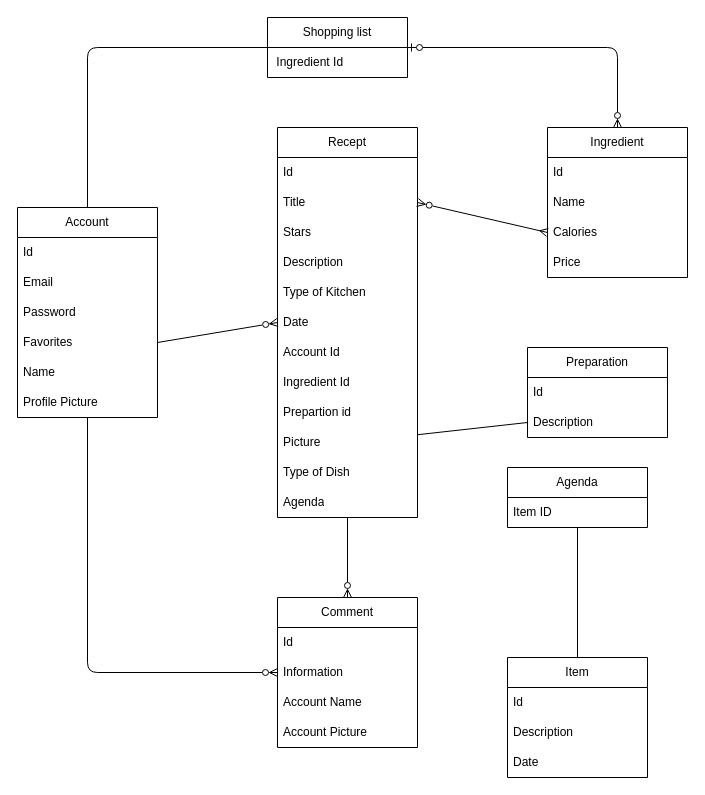
Above: documents/design/erd.drawio in Sudderen/educom-verrukkulluk-1747638986 (draw.io), before the change. Source tidied: cells renumbered, new cells numbered last; positions are measured from the earlier drawing's top-left corner, leaving out a move shared by most shapes. Both pictures are drawn from the tidied source at 100%, with x=0, y=0 at pixel (17, 17).
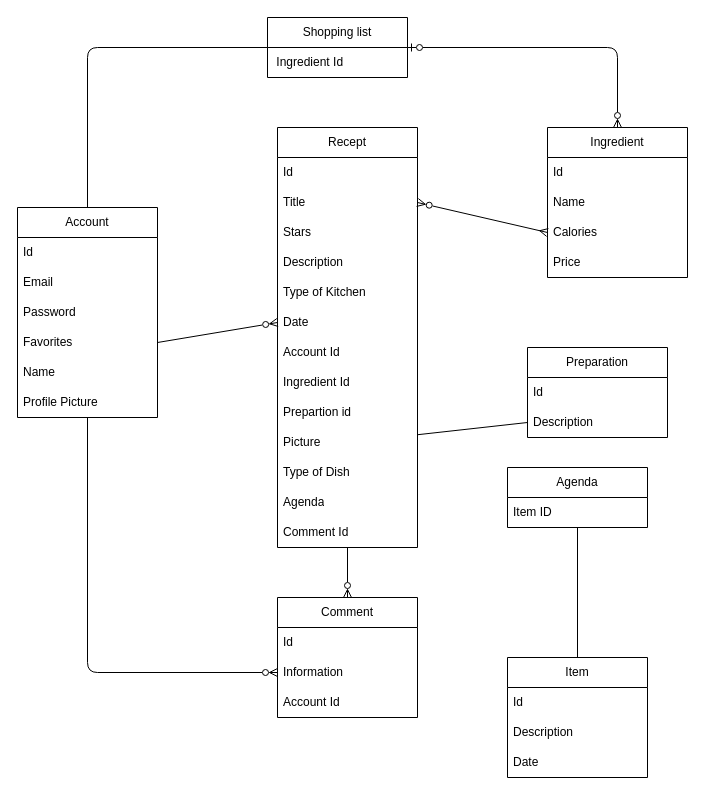
The same diagram, later.

The change refers to these unchanged cells:
```xml
<mxCell id="14" value="Agenda" style="text;strokeColor=none;fillColor=none;align=left;verticalAlign=middle;spacingLeft=4;spacingRight=4;overflow=hidden;points=[[0,0.5],[1,0.5]];portConstraint=eastwest;whiteSpace=wrap;html=1;" parent="2" vertex="1">
  <mxGeometry y="360" width="140" height="30" as="geometry" />
</mxCell>
```

Diff of the diagram source:
```diff
@@
     <mxCell id="2" value="Recept" style="swimlane;fontStyle=0;horizontal=1;startSize=30;whiteSpace=wrap;html=1;" parent="1" vertex="1">
-      <mxGeometry x="260" y="110" width="140" height="390" as="geometry" />
+      <mxGeometry x="260" y="110" width="140" height="420" as="geometry" />
     </mxCell>
@@
+    <mxCell id="51" value="Comment Id" style="text;strokeColor=none;fillColor=none;align=left;verticalAlign=middle;spacingLeft=4;spacingRight=4;overflow=hidden;whiteSpace=wrap;html=1;" parent="2" vertex="1">
+      <mxGeometry y="390" width="140" height="30" as="geometry" />
+    </mxCell>
@@
-    <mxCell id="29" style="edgeStyle=none;html=1;exitX=0.5;exitY=0;exitDx=0;exitDy=0;endArrow=none;endFill=0;startArrow=ERzeroToMany;startFill=0;" parent="1" edge="1" source="30" target="14">
+    <mxCell id="29" style="edgeStyle=none;html=1;exitX=0.5;exitY=0;exitDx=0;exitDy=0;endArrow=none;endFill=0;startArrow=ERzeroToMany;startFill=0;" parent="1" edge="1" source="30" target="2">
       <mxGeometry relative="1" as="geometry" />
     </mxCell>
     <mxCell id="30" value="Comment" style="swimlane;fontStyle=0;horizontal=1;startSize=30;whiteSpace=wrap;html=1;" parent="1" vertex="1">
-      <mxGeometry x="260" y="580" width="140" height="150" as="geometry" />
+      <mxGeometry x="260" y="580" width="140" height="120" as="geometry" />
     </mxCell>
@@
-    <mxCell id="33" value="Account Name" style="text;strokeColor=none;fillColor=none;align=left;verticalAlign=middle;spacingLeft=4;spacingRight=4;overflow=hidden;whiteSpace=wrap;html=1;" parent="30" vertex="1">
+    <mxCell id="33" value="Account Id" style="text;strokeColor=none;fillColor=none;align=left;verticalAlign=middle;spacingLeft=4;spacingRight=4;overflow=hidden;whiteSpace=wrap;html=1;" parent="30" vertex="1">
       <mxGeometry y="90" width="140" height="30" as="geometry" />
     </mxCell>
-    <mxCell id="34" value="Account Picture" style="text;strokeColor=none;fillColor=none;align=left;verticalAlign=middle;spacingLeft=4;spacingRight=4;overflow=hidden;whiteSpace=wrap;html=1;" parent="30" vertex="1">
-      <mxGeometry y="120" width="140" height="30" as="geometry" />
-    </mxCell>
```
